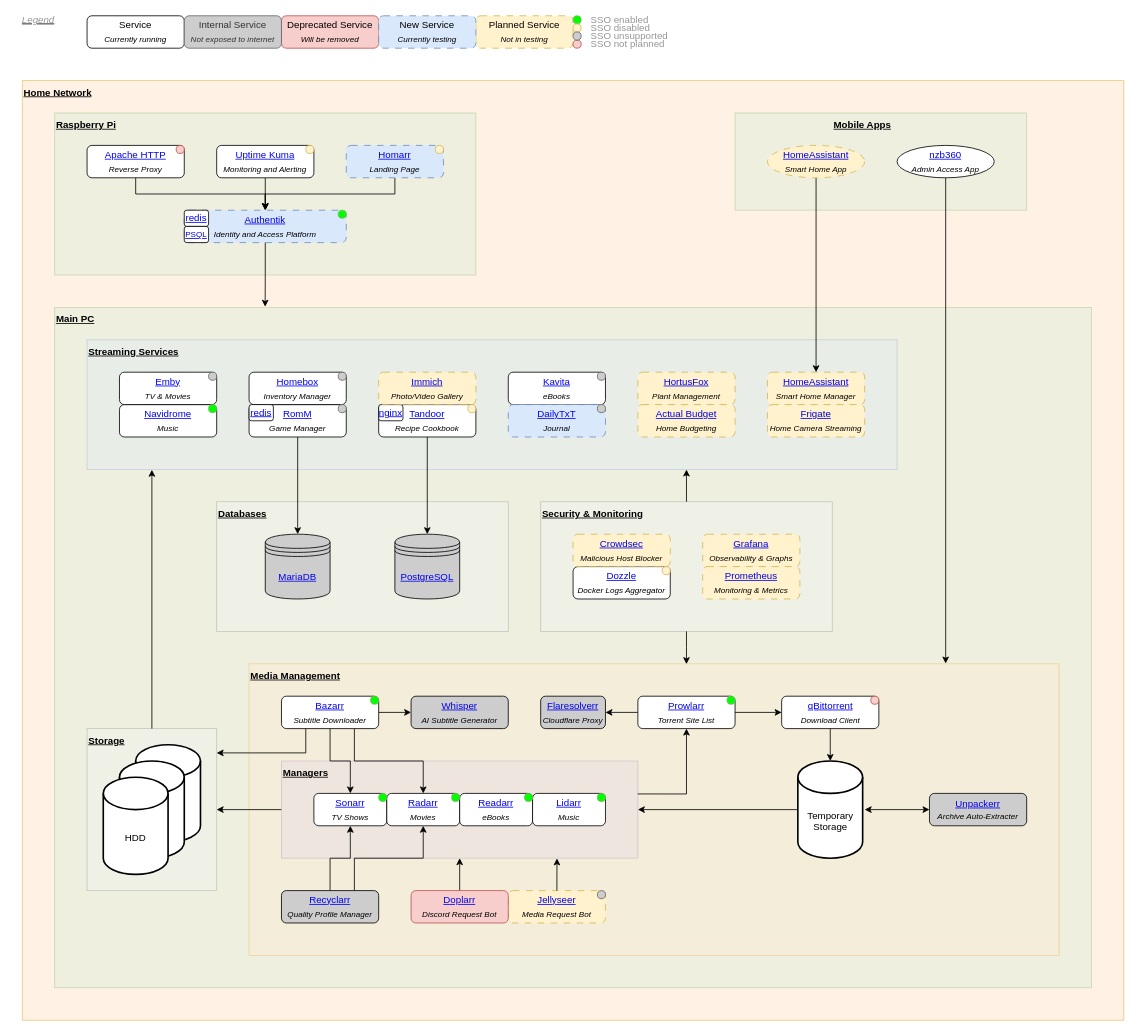
This is doc/home_theatre.drawio from zodac-personal/home_theatre, a draw.io file, before an edit. Source tidied: cells renumbered, new cells numbered last; positions are measured from the earlier drawing's top-left corner, leaving out a move shared by most shapes. Both pictures are drawn from the tidied source at 81%, with x=0, y=0 at pixel (14, 15).
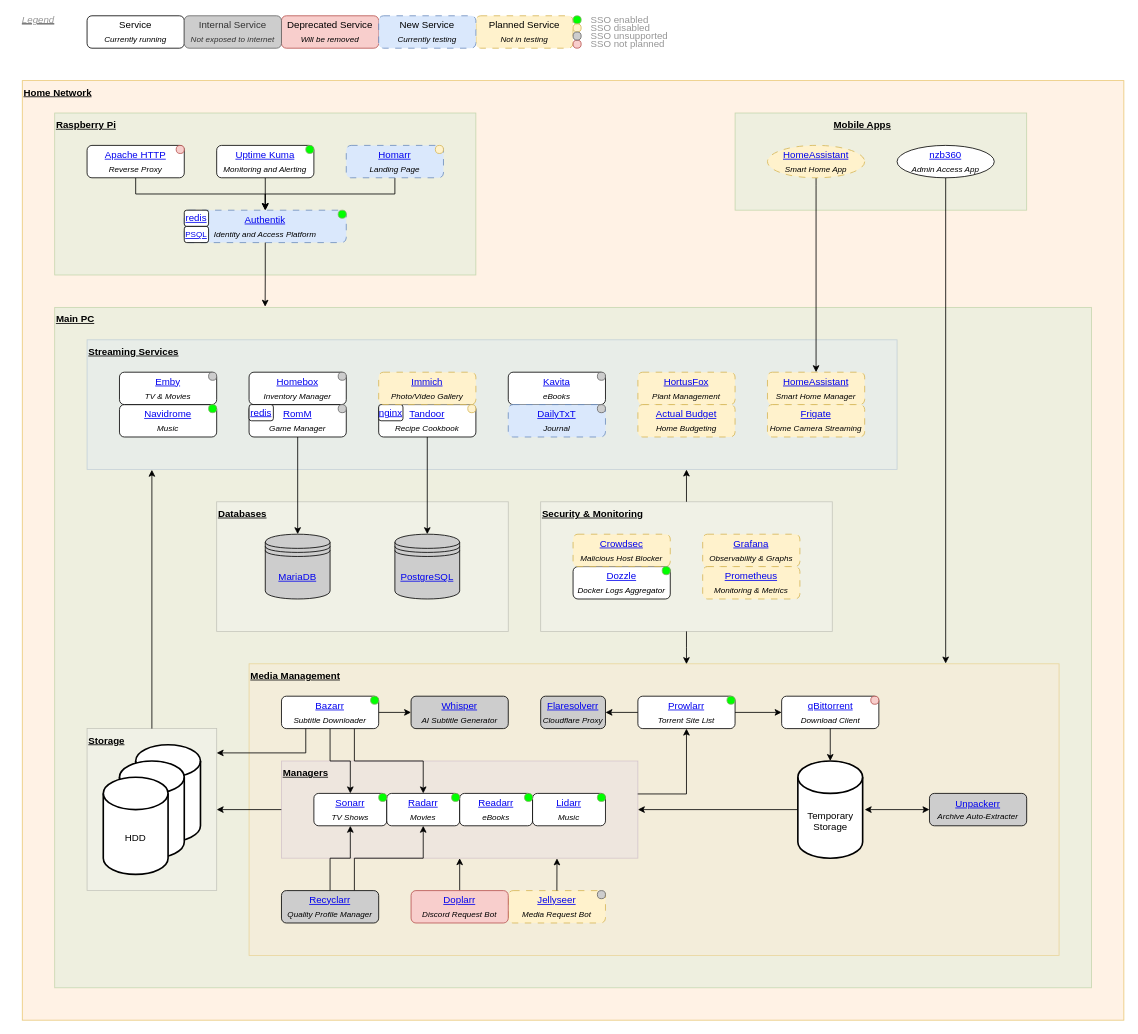
The same diagram, later.

What changed in the source:
```diff
@@
-    <mxCell id="124" style="ellipse;whiteSpace=wrap;html=1;fillColor=#fff2cc;strokeColor=#d6b656;" parent="1" vertex="1">
-      <mxGeometry x="360" y="160" width="10" height="10" as="geometry" />
-    </mxCell>
@@
-    <mxCell id="126" style="ellipse;whiteSpace=wrap;html=1;fillColor=#fff2cc;strokeColor=#d6b656;" parent="1" vertex="1">
-      <mxGeometry x="800" y="680" width="10" height="10" as="geometry" />
-    </mxCell>
+    <mxCell id="127" style="ellipse;whiteSpace=wrap;html=1;fillColor=#00ff00;strokeColor=#82b366;" parent="1" vertex="1">
+      <mxGeometry x="360" y="160" width="10" height="10" as="geometry" />
+    </mxCell>
+    <mxCell id="128" style="ellipse;whiteSpace=wrap;html=1;fillColor=#00ff00;strokeColor=#82b366;" parent="1" vertex="1">
+      <mxGeometry x="800" y="680" width="10" height="10" as="geometry" />
+    </mxCell>
```
